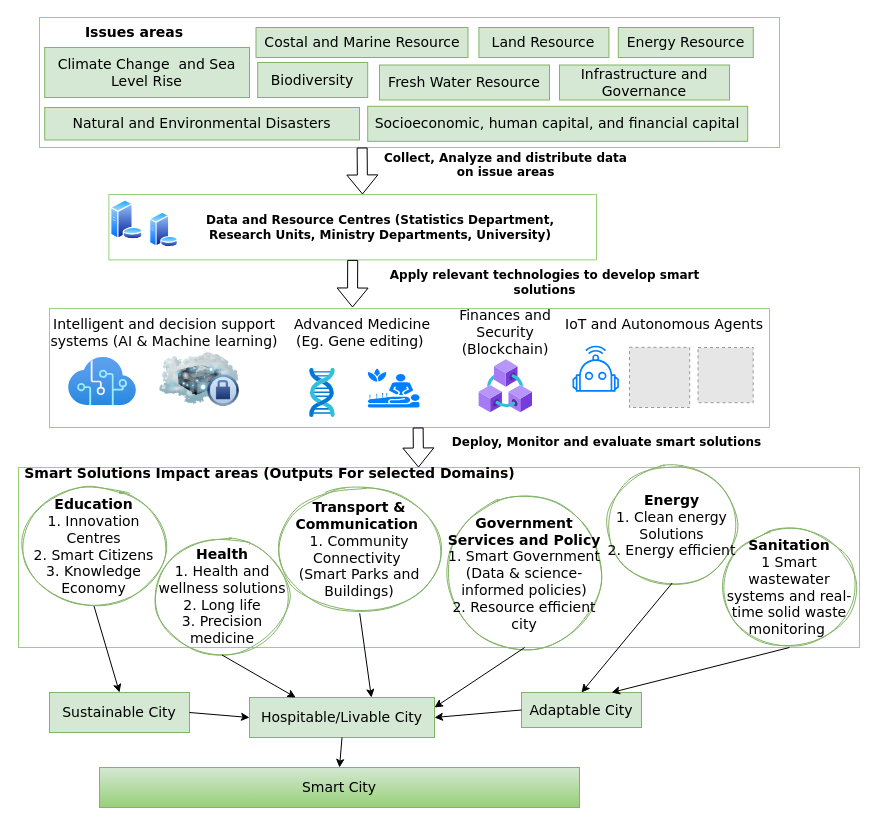
Before: page "BarbudaSmart" (2 of 2) of SystemReasoningOverview.drawio in Kibolabs/Diagrams, a draw.io diagram. Source tidied: cells renumbered, new cells numbered last; positions are measured from the earlier drawing's top-left corner, leaving out a move shared by most shapes. Both pictures are drawn from the tidied source at 100%, with x=0, y=0 at pixel (18, 17). Pictures stored in the file or linked from it are replaced by grey dashed boxes.
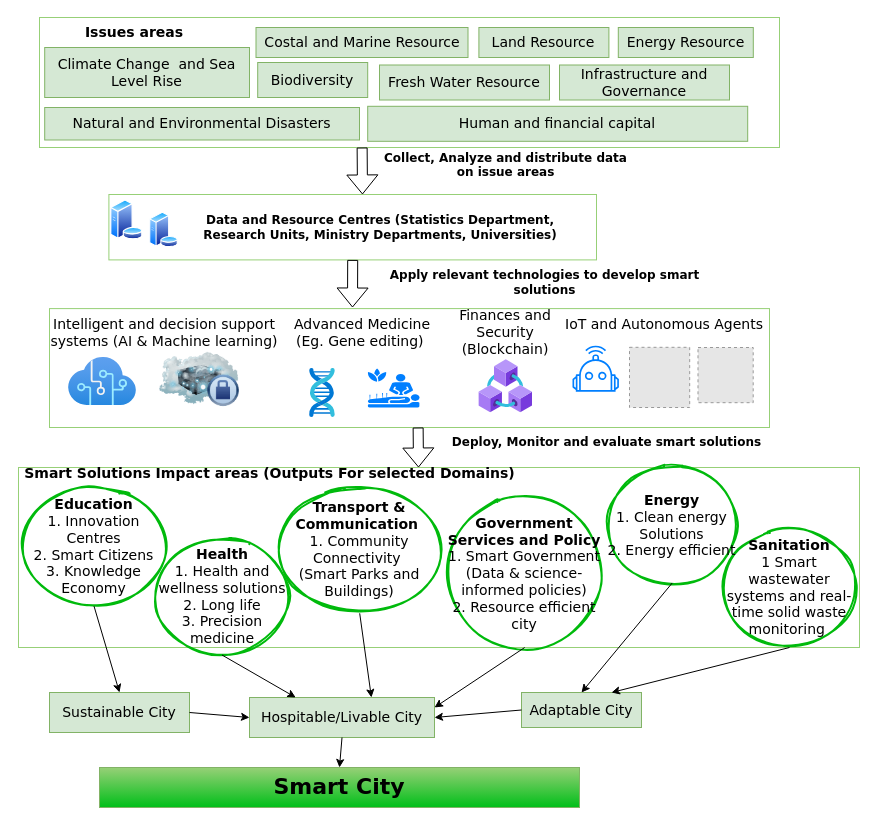
Above is the later version.

The edit, as a diff of the source:
```diff
@@
-    <mxCell id="12" value="Smart City" style="rounded=0;whiteSpace=wrap;html=1;fontFamily=Verdana;fontSize=14;fillColor=#d5e8d4;gradientColor=#97d077;strokeColor=#82b366;" parent="1" vertex="1">
+    <mxCell id="12" value="&lt;font size=&quot;1&quot;&gt;&lt;b style=&quot;font-size: 22px;&quot;&gt;Smart City&lt;/b&gt;&lt;/font&gt;" style="rounded=0;whiteSpace=wrap;html=1;fontFamily=Verdana;fontSize=14;fillColor=#00BF19;gradientColor=#97d077;strokeColor=#82b366;gradientDirection=north;" parent="1" vertex="1">
       <mxGeometry x="81" y="750" width="480" height="40" as="geometry" />
     </mxCell>
@@
-    <mxCell id="28" value="&lt;b style=&quot;font-size: 14px;&quot;&gt;Transport &amp;amp; Communication&lt;/b&gt;&amp;nbsp;&lt;b style=&quot;font-size: 14px;&quot;&gt;&lt;br&gt;&lt;/b&gt;&lt;div style=&quot;&quot;&gt;&lt;div style=&quot;&quot;&gt;1. Community Connectivity&amp;nbsp;&lt;/div&gt;&lt;div style=&quot;&quot;&gt;&lt;div style=&quot;&quot;&gt;&lt;div style=&quot;&quot;&gt;(Smart Parks and Buildings)&lt;/div&gt;&lt;/div&gt;&lt;/div&gt;&lt;/div&gt;" style="ellipse;whiteSpace=wrap;html=1;fontFamily=Verdana;fontSize=14;fillColor=none;strokeColor=#82b366;sketch=1;" parent="1" vertex="1">
+    <mxCell id="28" value="&lt;b style=&quot;font-size: 14px;&quot;&gt;Transport &amp;amp; Communication&lt;/b&gt;&amp;nbsp;&lt;b style=&quot;font-size: 14px;&quot;&gt;&lt;br&gt;&lt;/b&gt;&lt;div style=&quot;&quot;&gt;&lt;div style=&quot;&quot;&gt;1. Community Connectivity&amp;nbsp;&lt;/div&gt;&lt;div style=&quot;&quot;&gt;&lt;div style=&quot;&quot;&gt;&lt;div style=&quot;&quot;&gt;(Smart Parks and Buildings)&lt;/div&gt;&lt;/div&gt;&lt;/div&gt;&lt;/div&gt;" style="ellipse;whiteSpace=wrap;html=1;fontFamily=Verdana;fontSize=14;fillColor=none;strokeColor=#00BA0C;sketch=1;strokeWidth=2;" parent="1" vertex="1">
       <mxGeometry x="256.2" y="468.6" width="170" height="127.2" as="geometry" />
     </mxCell>
-    <mxCell id="29" value="&lt;span style=&quot;font-size: 14px;&quot;&gt;&lt;b&gt;Health&lt;/b&gt;&lt;br&gt;1. &lt;/span&gt;&lt;span style=&quot;font-size: 14px;&quot;&gt;Health and wellness solutions&lt;br&gt;2. Long life&lt;br&gt;3. Precision medicine&lt;br&gt;&lt;/span&gt;" style="ellipse;whiteSpace=wrap;html=1;fontFamily=Verdana;fontSize=14;sketch=1;fillColor=none;strokeColor=#82b366;" parent="1" vertex="1">
+    <mxCell id="29" value="&lt;span style=&quot;font-size: 14px;&quot;&gt;&lt;b&gt;Health&lt;/b&gt;&lt;br&gt;1. &lt;/span&gt;&lt;span style=&quot;font-size: 14px;&quot;&gt;Health and wellness solutions&lt;br&gt;2. Long life&lt;br&gt;3. Precision medicine&lt;br&gt;&lt;/span&gt;" style="ellipse;whiteSpace=wrap;html=1;fontFamily=Verdana;fontSize=14;sketch=1;fillColor=none;strokeColor=#00BA0C;strokeWidth=2;" parent="1" vertex="1">
       <mxGeometry x="133.5" y="520" width="140" height="117.5" as="geometry" />
     </mxCell>
-    <mxCell id="30" value="&lt;b style=&quot;font-size: 14px;&quot;&gt;Sanitation&lt;/b&gt;&lt;br&gt;1 Smart wastewater systems and real-time solid waste monitoring&lt;span style=&quot;font-size: 14px;&quot;&gt;&amp;nbsp;&lt;br&gt;&lt;/span&gt;" style="ellipse;whiteSpace=wrap;html=1;fontFamily=Verdana;fontSize=14;fillColor=none;strokeColor=#82b366;sketch=1;" parent="1" vertex="1">
+    <mxCell id="30" value="&lt;b style=&quot;font-size: 14px;&quot;&gt;Sanitation&lt;/b&gt;&lt;br&gt;1 Smart wastewater systems and real-time solid waste monitoring&lt;span style=&quot;font-size: 14px;&quot;&gt;&amp;nbsp;&lt;br&gt;&lt;/span&gt;" style="ellipse;whiteSpace=wrap;html=1;fontFamily=Verdana;fontSize=14;fillColor=none;strokeColor=#00BA0C;sketch=1;strokeWidth=2;" parent="1" vertex="1">
       <mxGeometry x="701" y="510" width="140" height="120" as="geometry" />
     </mxCell>
-    <mxCell id="31" value="&lt;b style=&quot;font-size: 14px;&quot;&gt;Education&lt;/b&gt;&lt;br style=&quot;font-size: 14px;&quot;&gt;1. Innovation Centres&lt;br style=&quot;font-size: 14px;&quot;&gt;2. Smart Citizens&lt;br&gt;3. Knowledge Economy" style="ellipse;whiteSpace=wrap;html=1;fontFamily=Verdana;fontSize=14;fillColor=none;strokeColor=#82b366;sketch=1;" parent="1" vertex="1">
+    <mxCell id="31" value="&lt;b style=&quot;font-size: 14px;&quot;&gt;Education&lt;/b&gt;&lt;br style=&quot;font-size: 14px;&quot;&gt;1. Innovation Centres&lt;br style=&quot;font-size: 14px;&quot;&gt;2. Smart Citizens&lt;br&gt;3. Knowledge Economy" style="ellipse;whiteSpace=wrap;html=1;fontFamily=Verdana;fontSize=14;fillColor=none;strokeColor=#00BA0C;sketch=1;strokeWidth=2;" parent="1" vertex="1">
       <mxGeometry y="468.6" width="151" height="120" as="geometry" />
     </mxCell>
@@
-    <mxCell id="37" value="&lt;div style=&quot;&quot;&gt;&lt;b&gt;Energy&lt;/b&gt;&lt;/div&gt;&lt;span style=&quot;font-size: 14px;&quot;&gt;&lt;div style=&quot;&quot;&gt;1. Clean energy Solutions&lt;/div&gt;&lt;div style=&quot;&quot;&gt;2. Energy efficient&lt;/div&gt;&lt;/span&gt;" style="ellipse;whiteSpace=wrap;html=1;fontFamily=Verdana;fontSize=14;align=center;fillColor=none;strokeColor=#82b366;sketch=1;" parent="1" vertex="1">
+    <mxCell id="37" value="&lt;div style=&quot;&quot;&gt;&lt;b&gt;Energy&lt;/b&gt;&lt;/div&gt;&lt;span style=&quot;font-size: 14px;&quot;&gt;&lt;div style=&quot;&quot;&gt;1. Clean energy Solutions&lt;/div&gt;&lt;div style=&quot;&quot;&gt;2. Energy efficient&lt;/div&gt;&lt;/span&gt;" style="ellipse;whiteSpace=wrap;html=1;fontFamily=Verdana;fontSize=14;align=center;fillColor=none;strokeColor=#00BA0C;sketch=1;strokeWidth=2;" parent="1" vertex="1">
       <mxGeometry x="586.2" y="450" width="135" height="115.5" as="geometry" />
     </mxCell>
@@
-    <mxCell id="40" value="&lt;div style=&quot;&quot;&gt;&lt;b&gt;Government Services and&amp;nbsp;Policy&lt;/b&gt;&lt;/div&gt;&lt;div style=&quot;&quot;&gt;1. Smart Government (Data &amp;amp; science-informed policies)&lt;/div&gt;&lt;div style=&quot;&quot;&gt;2. Resource efficient city&lt;/div&gt;" style="ellipse;whiteSpace=wrap;html=1;fontFamily=Verdana;fontSize=14;align=center;fillColor=none;strokeColor=#82b366;sketch=1;" parent="1" vertex="1">
+    <mxCell id="40" value="&lt;div style=&quot;&quot;&gt;&lt;b&gt;Government Services and&amp;nbsp;Policy&lt;/b&gt;&lt;/div&gt;&lt;div style=&quot;&quot;&gt;1. Smart Government (Data &amp;amp; science-informed policies)&lt;/div&gt;&lt;div style=&quot;&quot;&gt;2. Resource efficient city&lt;/div&gt;" style="ellipse;whiteSpace=wrap;html=1;fontFamily=Verdana;fontSize=14;align=center;fillColor=none;strokeColor=#00BA0C;sketch=1;strokeWidth=2;" parent="1" vertex="1">
       <mxGeometry x="426.2" y="481.1" width="160" height="148.9" as="geometry" />
     </mxCell>
@@
-    <mxCell id="44" value="Data and Resource Centres (Statistics Department, Research Units, Ministry Departments, University)" style="text;html=1;strokeColor=none;fillColor=none;align=center;verticalAlign=middle;whiteSpace=wrap;rounded=0;dashed=1;rotation=0;fontFamily=Verdana;fontStyle=1;" parent="1" vertex="1">
+    <mxCell id="44" value="Data and Resource Centres (Statistics Department, Research Units, Ministry Departments, Universities)" style="text;html=1;strokeColor=none;fillColor=none;align=center;verticalAlign=middle;whiteSpace=wrap;rounded=0;dashed=1;rotation=0;fontFamily=Verdana;fontStyle=1;" parent="1" vertex="1">
       <mxGeometry x="169.5" y="179.6" width="383.5" height="60" as="geometry" />
     </mxCell>
@@
-    <mxCell id="55" value="Socioeconomic, human capital, and financial capital" style="rounded=0;whiteSpace=wrap;html=1;fontFamily=Verdana;fontSize=14;fillColor=#d5e8d4;strokeColor=#82b366;" parent="1" vertex="1">
+    <mxCell id="55" value="Human and financial capital" style="rounded=0;whiteSpace=wrap;html=1;fontFamily=Verdana;fontSize=14;fillColor=#d5e8d4;strokeColor=#82b366;" parent="1" vertex="1">
       <mxGeometry x="349.2" y="88.8" width="380" height="35" as="geometry" />
     </mxCell>
```
